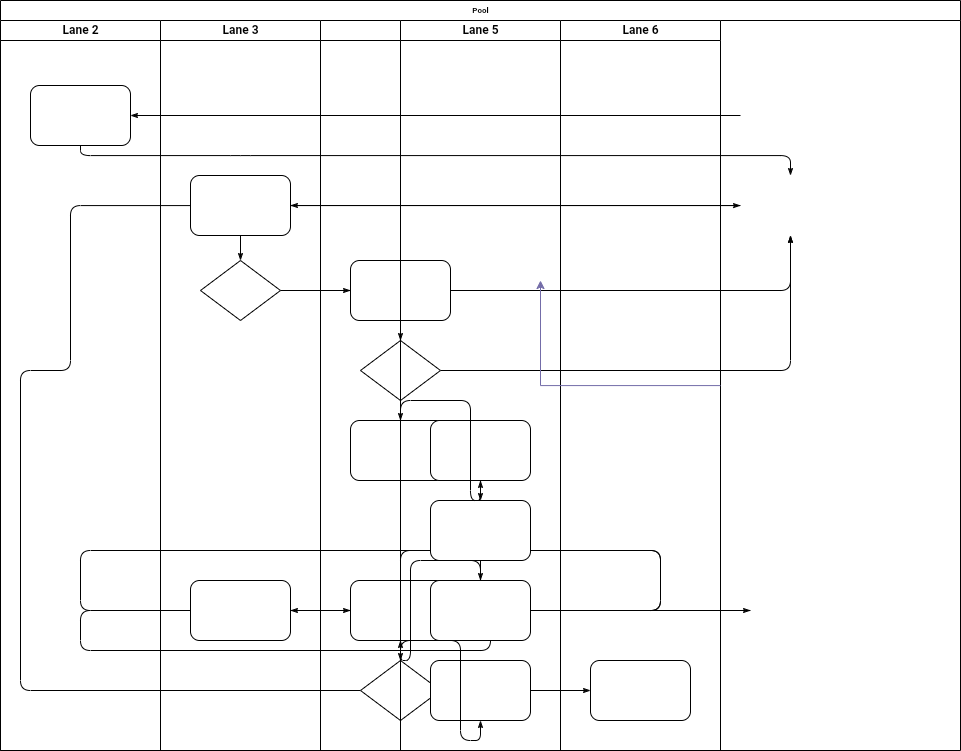
Above: Диаграмма деятельности.drawio.png in Avokada/ais_mtuci (draw.io), before the change. Source tidied: cells renumbered, new cells last; positions are measured from the earlier drawing's top-left corner, leaving out a move shared by most shapes.
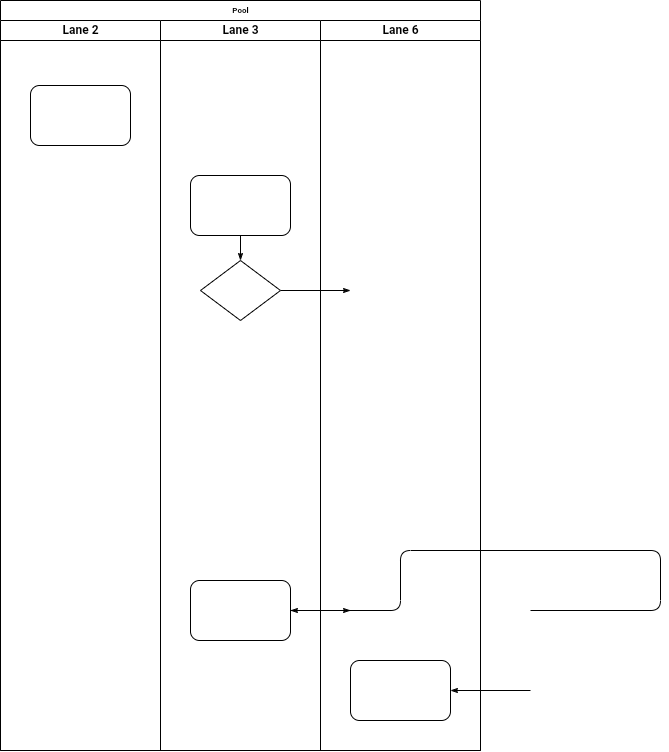
The same file after the commit.

Diff of the diagram source:
```diff
@@ -3,55 +3,21 @@
     <mxCell id="0" />
     <mxCell id="1" parent="0" />
     <mxCell id="2" value="Pool" style="swimlane;html=1;startSize=20;rounded=0;shadow=0;labelBackgroundColor=none;strokeWidth=1;fontFamily=Verdana;fontSize=8;align=center;" parent="1" vertex="1">
-      <mxGeometry width="960" height="750" as="geometry" />
+      <mxGeometry width="480" height="750" as="geometry" />
     </mxCell>
-    <mxCell id="3" style="edgeStyle=orthogonalEdgeStyle;rounded=1;html=1;labelBackgroundColor=none;startArrow=none;startFill=0;startSize=5;endArrow=classicThin;endFill=1;endSize=5;jettySize=auto;strokeWidth=1;fontFamily=Verdana;fontSize=8;" parent="2" edge="1" target="16">
-      <mxGeometry relative="1" as="geometry">
-        <mxPoint x="740" y="115" as="sourcePoint" />
-      </mxGeometry>
-    </mxCell>
-    <mxCell id="4" style="edgeStyle=orthogonalEdgeStyle;rounded=1;html=1;labelBackgroundColor=none;startArrow=none;startFill=0;startSize=5;endArrow=classicThin;endFill=1;endSize=5;jettySize=auto;strokeWidth=1;fontFamily=Verdana;fontSize=8;" parent="2" edge="1" source="16">
-      <mxGeometry relative="1" as="geometry">
-        <mxPoint x="790" y="175" as="targetPoint" />
-        <Array as="points">
-          <mxPoint x="240" y="155" />
-          <mxPoint x="70" y="155" />
-        </Array>
-      </mxGeometry>
-    </mxCell>
-    <mxCell id="5" style="edgeStyle=orthogonalEdgeStyle;rounded=1;html=1;labelBackgroundColor=none;startArrow=none;startFill=0;startSize=5;endArrow=classicThin;endFill=1;endSize=5;jettySize=auto;strokeWidth=1;fontFamily=Verdana;fontSize=8;" parent="2" edge="1" target="18">
-      <mxGeometry relative="1" as="geometry">
-        <mxPoint x="740" y="205" as="sourcePoint" />
-      </mxGeometry>
-    </mxCell>
-    <mxCell id="6" style="edgeStyle=orthogonalEdgeStyle;rounded=1;html=1;labelBackgroundColor=none;startArrow=none;startFill=0;startSize=5;endArrow=classicThin;endFill=1;endSize=5;jettySize=auto;strokeWidth=1;fontFamily=Verdana;fontSize=8;" parent="2" edge="1" source="19">
-      <mxGeometry relative="1" as="geometry">
-        <mxPoint x="790" y="235" as="targetPoint" />
-      </mxGeometry>
-    </mxCell>
-    <mxCell id="7" style="edgeStyle=orthogonalEdgeStyle;rounded=1;html=1;labelBackgroundColor=none;startArrow=none;startFill=0;startSize=5;endArrow=classicThin;endFill=1;endSize=5;jettySize=auto;strokeWidth=1;fontFamily=Verdana;fontSize=8;" parent="2" edge="1" source="24">
-      <mxGeometry relative="1" as="geometry">
-        <mxPoint x="790" y="235" as="targetPoint" />
-      </mxGeometry>
-    </mxCell>
-    <mxCell id="8" style="edgeStyle=orthogonalEdgeStyle;rounded=1;html=1;labelBackgroundColor=none;startArrow=none;startFill=0;startSize=5;endArrow=classicThin;endFill=1;endSize=5;jettySize=auto;strokeWidth=1;fontFamily=Verdana;fontSize=8;" parent="2" edge="1" source="27">
-      <mxGeometry relative="1" as="geometry">
-        <mxPoint x="740" y="205.1" as="targetPoint" />
-        <Array as="points">
-          <mxPoint x="20" y="690" />
-          <mxPoint x="20" y="370" />
-          <mxPoint x="70" y="370" />
-        </Array>
-      </mxGeometry>
-    </mxCell>
-    <mxCell id="9" style="edgeStyle=orthogonalEdgeStyle;rounded=1;html=1;labelBackgroundColor=none;startArrow=none;startFill=0;startSize=5;endArrow=classicThin;endFill=1;endSize=5;jettySize=auto;strokeWidth=1;fontFamily=Verdana;fontSize=8;" parent="2" edge="1" source="19" target="23">
-      <mxGeometry relative="1" as="geometry" />
+    <mxCell id="9" style="edgeStyle=orthogonalEdgeStyle;rounded=1;html=1;labelBackgroundColor=none;startArrow=none;startFill=0;startSize=5;endArrow=classicThin;endFill=1;endSize=5;jettySize=auto;strokeWidth=1;fontFamily=Verdana;fontSize=8;" parent="2" edge="1" source="19">
+      <mxGeometry relative="1" as="geometry">
+        <mxPoint x="350" y="290" as="targetPoint" />
+      </mxGeometry>
     </mxCell>
-    <mxCell id="10" style="edgeStyle=orthogonalEdgeStyle;rounded=1;html=1;labelBackgroundColor=none;startArrow=none;startFill=0;startSize=5;endArrow=classicThin;endFill=1;endSize=5;jettySize=auto;strokeWidth=1;fontFamily=Verdana;fontSize=8;" parent="2" edge="1" source="35" target="42">
-      <mxGeometry relative="1" as="geometry" />
+    <mxCell id="10" style="edgeStyle=orthogonalEdgeStyle;rounded=1;html=1;labelBackgroundColor=none;startArrow=none;startFill=0;startSize=5;endArrow=classicThin;endFill=1;endSize=5;jettySize=auto;strokeWidth=1;fontFamily=Verdana;fontSize=8;" parent="2" edge="1" target="42">
+      <mxGeometry relative="1" as="geometry">
+        <mxPoint x="530" y="690" as="sourcePoint" />
+      </mxGeometry>
     </mxCell>
-    <mxCell id="11" style="edgeStyle=orthogonalEdgeStyle;rounded=1;html=1;labelBackgroundColor=none;startArrow=none;startFill=0;startSize=5;endArrow=classicThin;endFill=1;endSize=5;jettySize=auto;strokeWidth=1;fontFamily=Verdana;fontSize=8;" parent="2" edge="1" source="34" target="20">
+    <mxCell id="11" style="edgeStyle=orthogonalEdgeStyle;rounded=1;html=1;labelBackgroundColor=none;startArrow=none;startFill=0;startSize=5;endArrow=classicThin;endFill=1;endSize=5;jettySize=auto;strokeWidth=1;fontFamily=Verdana;fontSize=8;" parent="2" edge="1" target="20">
       <mxGeometry relative="1" as="geometry">
+        <mxPoint x="530" y="610" as="sourcePoint" />
         <Array as="points">
           <mxPoint x="660" y="610" />
           <mxPoint x="660" y="550" />
@@ -59,28 +25,10 @@
         </Array>
       </mxGeometry>
     </mxCell>
-    <mxCell id="12" style="edgeStyle=orthogonalEdgeStyle;rounded=1;html=1;labelBackgroundColor=none;startArrow=none;startFill=0;startSize=5;endArrow=classicThin;endFill=1;endSize=5;jettySize=auto;strokeWidth=1;fontFamily=Verdana;fontSize=8;" parent="2" edge="1" source="34">
-      <mxGeometry relative="1" as="geometry">
-        <mxPoint x="750" y="610" as="targetPoint" />
-        <Array as="points">
-          <mxPoint x="660" y="610" />
-          <mxPoint x="660" y="550" />
-          <mxPoint x="80" y="550" />
-        </Array>
-      </mxGeometry>
-    </mxCell>
-    <mxCell id="13" style="edgeStyle=orthogonalEdgeStyle;rounded=1;html=1;labelBackgroundColor=none;startArrow=none;startFill=0;startSize=5;endArrow=classicThin;endFill=1;endSize=5;jettySize=auto;strokeWidth=1;fontFamily=Verdana;fontSize=8;" parent="2" edge="1" target="26">
-      <mxGeometry relative="1" as="geometry">
-        <mxPoint x="750" y="610" as="sourcePoint" />
-        <Array as="points">
-          <mxPoint x="80" y="650" />
-          <mxPoint x="490" y="650" />
-          <mxPoint x="490" y="610" />
-        </Array>
-      </mxGeometry>
-    </mxCell>
-    <mxCell id="14" style="edgeStyle=orthogonalEdgeStyle;rounded=1;html=1;labelBackgroundColor=none;startArrow=none;startFill=0;startSize=5;endArrow=classicThin;endFill=1;endSize=5;jettySize=auto;strokeWidth=1;fontFamily=Verdana;fontSize=8;" parent="2" edge="1" source="20" target="26">
-      <mxGeometry relative="1" as="geometry" />
+    <mxCell id="14" style="edgeStyle=orthogonalEdgeStyle;rounded=1;html=1;labelBackgroundColor=none;startArrow=none;startFill=0;startSize=5;endArrow=classicThin;endFill=1;endSize=5;jettySize=auto;strokeWidth=1;fontFamily=Verdana;fontSize=8;" parent="2" edge="1" source="20">
+      <mxGeometry relative="1" as="geometry">
+        <mxPoint x="350" y="610" as="targetPoint" />
+      </mxGeometry>
     </mxCell>
     <mxCell id="15" value="Lane 2" style="swimlane;html=1;startSize=20;" parent="2" vertex="1">
       <mxGeometry y="20" width="160" height="730" as="geometry" />
@@ -103,74 +51,11 @@
     <mxCell id="21" style="edgeStyle=orthogonalEdgeStyle;rounded=1;html=1;labelBackgroundColor=none;startArrow=none;startFill=0;startSize=5;endArrow=classicThin;endFill=1;endSize=5;jettySize=auto;strokeWidth=1;fontFamily=Verdana;fontSize=8;" parent="17" edge="1" source="18" target="19">
       <mxGeometry relative="1" as="geometry" />
     </mxCell>
-    <mxCell id="22" value="Lane 4" style="swimlane;html=1;startSize=20;" parent="2" vertex="1">
-      <mxGeometry x="320" y="20" width="240" height="730" as="geometry" />
-    </mxCell>
-    <mxCell id="23" style="rounded=1;whiteSpace=wrap;html=1;shadow=0;labelBackgroundColor=none;strokeWidth=1;fontFamily=Verdana;fontSize=8;align=center;" parent="22" vertex="1">
-      <mxGeometry x="30" y="240" width="100" height="60" as="geometry" />
-    </mxCell>
-    <mxCell id="24" style="rhombus;whiteSpace=wrap;html=1;rounded=0;shadow=0;labelBackgroundColor=none;strokeWidth=1;fontFamily=Verdana;fontSize=8;align=center;" parent="22" vertex="1">
-      <mxGeometry x="40" y="320" width="80" height="60" as="geometry" />
-    </mxCell>
-    <mxCell id="25" style="rounded=1;whiteSpace=wrap;html=1;shadow=0;labelBackgroundColor=none;strokeWidth=1;fontFamily=Verdana;fontSize=8;align=center;" parent="22" vertex="1">
-      <mxGeometry x="30" y="400" width="100" height="60" as="geometry" />
-    </mxCell>
-    <mxCell id="26" style="rounded=1;whiteSpace=wrap;html=1;shadow=0;labelBackgroundColor=none;strokeWidth=1;fontFamily=Verdana;fontSize=8;align=center;" parent="22" vertex="1">
-      <mxGeometry x="30" y="560" width="100" height="60" as="geometry" />
-    </mxCell>
-    <mxCell id="27" style="rhombus;whiteSpace=wrap;html=1;rounded=0;shadow=0;labelBackgroundColor=none;strokeWidth=1;fontFamily=Verdana;fontSize=8;align=center;" parent="22" vertex="1">
-      <mxGeometry x="40" y="640" width="80" height="60" as="geometry" />
-    </mxCell>
-    <mxCell id="28" style="edgeStyle=orthogonalEdgeStyle;rounded=1;html=1;labelBackgroundColor=none;startArrow=none;startFill=0;startSize=5;endArrow=classicThin;endFill=1;endSize=5;jettySize=auto;strokeColor=#000000;strokeWidth=1;fontFamily=Verdana;fontSize=8;fontColor=#000000;" parent="22" edge="1" source="23" target="24">
-      <mxGeometry relative="1" as="geometry" />
-    </mxCell>
-    <mxCell id="29" style="edgeStyle=orthogonalEdgeStyle;rounded=1;html=1;labelBackgroundColor=none;startArrow=none;startFill=0;startSize=5;endArrow=classicThin;endFill=1;endSize=5;jettySize=auto;strokeWidth=1;fontFamily=Verdana;fontSize=8;" parent="22" edge="1" source="24" target="25">
-      <mxGeometry relative="1" as="geometry" />
-    </mxCell>
-    <mxCell id="30" style="edgeStyle=orthogonalEdgeStyle;rounded=1;html=1;labelBackgroundColor=none;startArrow=none;startFill=0;startSize=5;endArrow=classicThin;endFill=1;endSize=5;jettySize=auto;strokeWidth=1;fontFamily=Verdana;fontSize=8;" parent="22" edge="1" source="26" target="27">
-      <mxGeometry relative="1" as="geometry" />
-    </mxCell>
-    <mxCell id="31" value="Lane 5" style="swimlane;html=1;startSize=20;" parent="22" vertex="1">
-      <mxGeometry x="80" width="160" height="730" as="geometry" />
-    </mxCell>
-    <mxCell id="32" style="rounded=1;whiteSpace=wrap;html=1;shadow=0;labelBackgroundColor=none;strokeWidth=1;fontFamily=Verdana;fontSize=8;align=center;" parent="31" vertex="1">
-      <mxGeometry x="30" y="400" width="100" height="60" as="geometry" />
-    </mxCell>
-    <mxCell id="33" style="rounded=1;whiteSpace=wrap;html=1;shadow=0;labelBackgroundColor=none;strokeWidth=1;fontFamily=Verdana;fontSize=8;align=center;" parent="31" vertex="1">
-      <mxGeometry x="30" y="480" width="100" height="60" as="geometry" />
-    </mxCell>
-    <mxCell id="34" style="rounded=1;whiteSpace=wrap;html=1;shadow=0;labelBackgroundColor=none;strokeWidth=1;fontFamily=Verdana;fontSize=8;align=center;" parent="31" vertex="1">
-      <mxGeometry x="30" y="560" width="100" height="60" as="geometry" />
-    </mxCell>
-    <mxCell id="35" style="rounded=1;whiteSpace=wrap;html=1;shadow=0;labelBackgroundColor=none;strokeWidth=1;fontFamily=Verdana;fontSize=8;align=center;" parent="31" vertex="1">
-      <mxGeometry x="30" y="640" width="100" height="60" as="geometry" />
-    </mxCell>
-    <mxCell id="36" style="edgeStyle=orthogonalEdgeStyle;rounded=1;html=1;labelBackgroundColor=none;startArrow=none;startFill=0;startSize=5;endArrow=classicThin;endFill=1;endSize=5;jettySize=auto;strokeWidth=1;fontFamily=Verdana;fontSize=8;" parent="31" edge="1" source="32" target="33">
-      <mxGeometry relative="1" as="geometry" />
-    </mxCell>
-    <mxCell id="37" style="edgeStyle=orthogonalEdgeStyle;rounded=1;html=1;labelBackgroundColor=none;startArrow=none;startFill=0;startSize=5;endArrow=classicThin;endFill=1;endSize=5;jettySize=auto;strokeWidth=1;fontFamily=Verdana;fontSize=8;" parent="31" edge="1" source="33" target="34">
-      <mxGeometry relative="1" as="geometry" />
-    </mxCell>
-    <mxCell id="38" style="edgeStyle=orthogonalEdgeStyle;rounded=1;html=1;labelBackgroundColor=none;startArrow=none;startFill=0;startSize=5;endArrow=classicThin;endFill=1;endSize=5;jettySize=auto;strokeWidth=1;fontFamily=Verdana;fontSize=8;" parent="22" edge="1" source="25" target="32">
-      <mxGeometry relative="1" as="geometry" />
-    </mxCell>
-    <mxCell id="39" style="edgeStyle=orthogonalEdgeStyle;rounded=1;html=1;labelBackgroundColor=none;startArrow=none;startFill=0;startSize=5;endArrow=classicThin;endFill=1;endSize=5;jettySize=auto;strokeColor=#000000;strokeWidth=1;fontFamily=Verdana;fontSize=8;fontColor=#000000;" parent="22" edge="1" source="34" target="26">
-      <mxGeometry relative="1" as="geometry" />
-    </mxCell>
-    <mxCell id="40" style="edgeStyle=orthogonalEdgeStyle;rounded=1;html=1;labelBackgroundColor=none;startArrow=none;startFill=0;startSize=5;endArrow=classicThin;endFill=1;endSize=5;jettySize=auto;strokeWidth=1;fontFamily=Verdana;fontSize=8;" parent="22" edge="1" source="27" target="35">
-      <mxGeometry relative="1" as="geometry" />
-    </mxCell>
     <mxCell id="41" value="Lane 6" style="swimlane;html=1;startSize=20;" parent="2" vertex="1">
-      <mxGeometry x="560" y="20" width="160" height="730" as="geometry" />
+      <mxGeometry x="320" y="20" width="160" height="730" as="geometry" />
     </mxCell>
     <mxCell id="42" style="rounded=1;whiteSpace=wrap;html=1;shadow=0;labelBackgroundColor=none;strokeWidth=1;fontFamily=Verdana;fontSize=8;align=center;" parent="41" vertex="1">
       <mxGeometry x="30" y="640" width="100" height="60" as="geometry" />
     </mxCell>
-    <mxCell id="43" style="edgeStyle=orthogonalEdgeStyle;rounded=0;orthogonalLoop=1;jettySize=auto;html=1;strokeColor=#736CA8;fontColor=#1A1A1A;" parent="2" edge="1">
-      <mxGeometry relative="1" as="geometry">
-        <mxPoint x="720" y="385.1" as="sourcePoint" />
-        <mxPoint x="540" y="280" as="targetPoint" />
-      </mxGeometry>
-    </mxCell>
   </root>
 </mxGraphModel>
```
